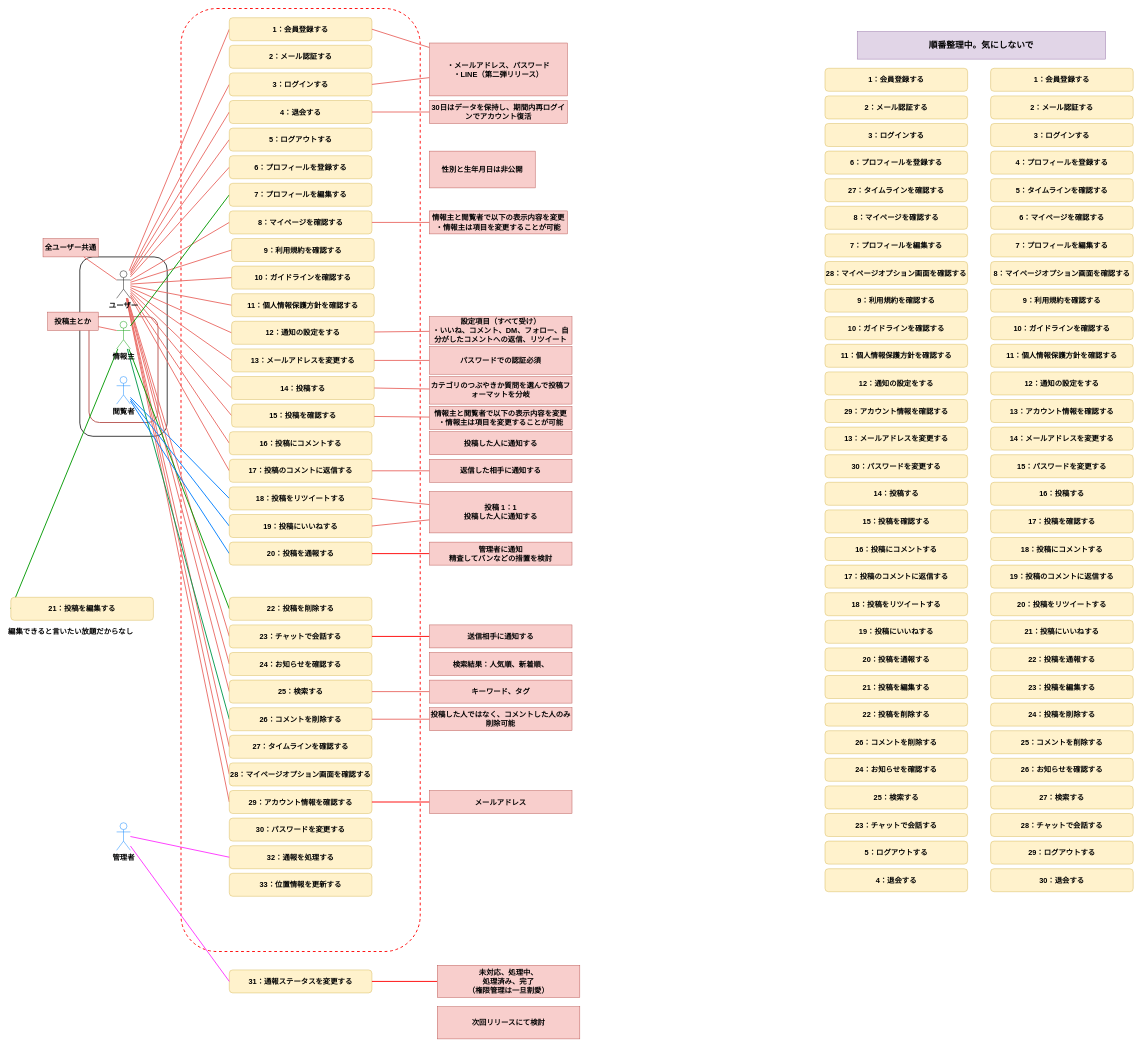
This is page "ユースケース図" (1 of 4) of modeling.drawio from haseryo0403/VenTal, a draw.io file, before an edit. Source tidied: cells renumbered, new cells numbered last; positions are measured from the earlier drawing's top-left corner, leaving out a move shared by most shapes. Both pictures are drawn from the tidied source at 46%, with x=0, y=0 at pixel (11, 8).
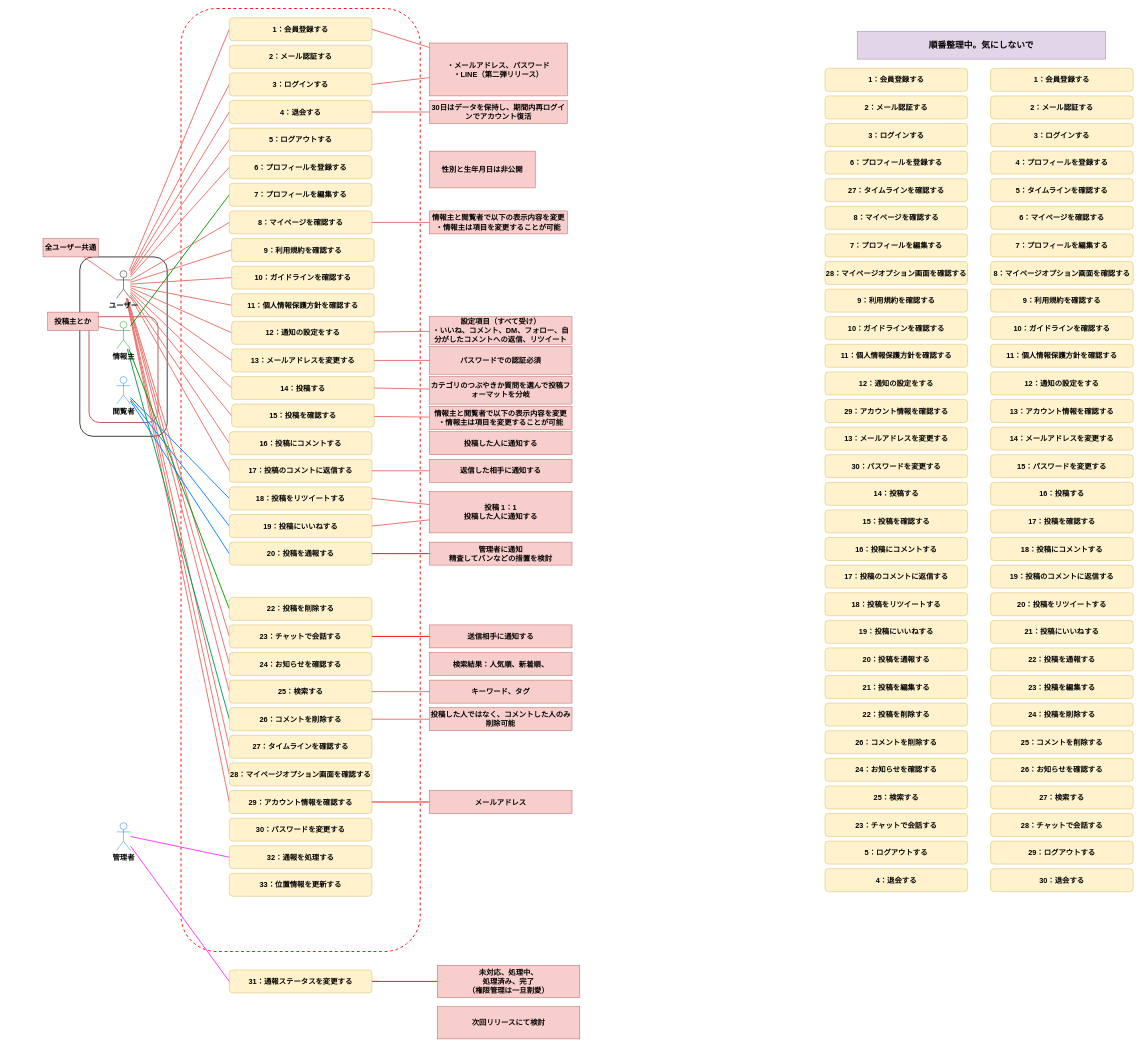
Above is the later version.

Unchanged cells that the change refers to:
```xml
<mxCell id="33" value="情報主" style="shape=umlActor;verticalLabelPosition=bottom;verticalAlign=top;html=1;outlineConnect=0;fontSize=16;fontStyle=1;strokeColor=#009900;" parent="1" vertex="1">
  <mxGeometry x="230" y="680" width="30" height="60" as="geometry" />
</mxCell>
```

Change to the diagram source:
```diff
@@
-    <mxCell id="30" style="edgeStyle=none;shape=connector;rounded=0;jettySize=auto;html=1;entryX=0;entryY=0.5;entryDx=0;entryDy=0;strokeColor=#009900;strokeWidth=2;align=center;verticalAlign=middle;fontFamily=Helvetica;fontSize=16;fontColor=default;fontStyle=1;labelBackgroundColor=default;endArrow=none;endFill=0;" parent="1" edge="1" source="33" target="58">
-      <mxGeometry relative="1" as="geometry" />
-    </mxCell>
@@
-    <mxCell id="58" value="21：投稿を編集する" style="rounded=1;whiteSpace=wrap;html=1;strokeColor=#d6b656;align=center;verticalAlign=middle;fontFamily=Helvetica;fontSize=16;fontStyle=1;fillColor=#fff2cc;" parent="1" vertex="1">
-      <mxGeometry y="1280" width="310" height="50" as="geometry" />
-    </mxCell>
@@
-    <mxCell id="173" value="編集できると言いたい放題だからなし" style="text;html=1;align=center;verticalAlign=middle;strokeColor=none;fillColor=none;fontFamily=Helvetica;fontSize=16;fontColor=default;fontStyle=1;labelBackgroundColor=none;" parent="1" vertex="1">
-      <mxGeometry x="110" y="1342" width="40" height="26" as="geometry" />
-    </mxCell>
```
